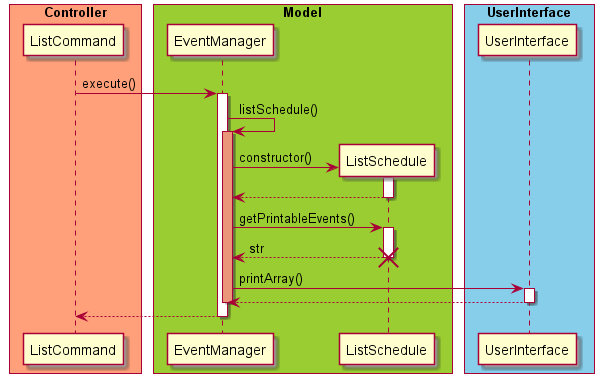
This is docs/diagram/ListEvent.png from untitle4/tp, a PlantUML export, as it was before one commit.
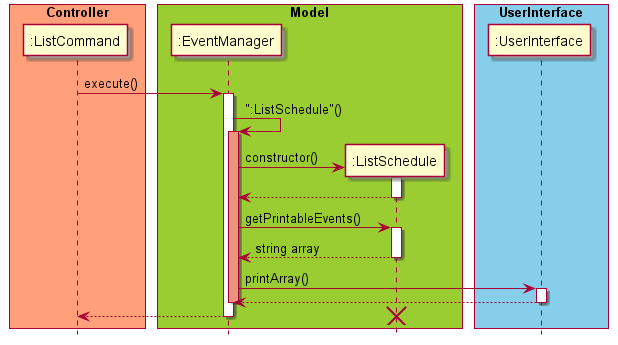
After the commit.

What changed in the source:
```diff
@@ -2,39 +2,40 @@
 
 skinparam ParticipantPadding 10
 skinparam BoxPadding 5
+hide footbox
 
 box "Controller" #LightSalmon
-participant ListCommand
+participant ":ListCommand"
 end box
 
 box "Model" #YellowGreen
-participant EventManager
-participant ListSchedule
+participant ":EventManager"
+participant ":ListSchedule"
 end box
 
 box "UserInterface" #skyblue
-participant UserInterface
+participant ":UserInterface"
 end box
 
-ListCommand -> EventManager : execute()
-activate EventManager
-EventManager -> EventManager : listSchedule()
-activate EventManager #DarkSalmon
-EventManager -> ListSchedule ** : constructor()
-activate ListSchedule
-ListSchedule --> EventManager
-deactivate ListSchedule
-EventManager -> ListSchedule : getPrintableEvents()
-activate ListSchedule
-ListSchedule --> EventManager : str
-deactivate ListSchedule
-destroy ListSchedule
-EventManager -> UserInterface : printArray()
-activate UserInterface
-UserInterface --> EventManager
-deactivate UserInterface
-deactivate EventManager
-EventManager --> ListCommand
-deactivate EventManager
+":ListCommand" -> ":EventManager" : execute()
+activate ":EventManager"
+":EventManager" -> ":EventManager" : ":ListSchedule"()
+activate ":EventManager" #DarkSalmon
+":EventManager" -> ":ListSchedule" ** : constructor()
+activate ":ListSchedule"
+":ListSchedule" --> ":EventManager"
+deactivate ":ListSchedule"
+":EventManager" -> ":ListSchedule" : getPrintableEvents()
+activate ":ListSchedule"
+":ListSchedule" --> ":EventManager" : string array
+deactivate ":ListSchedule"
+":EventManager" -> ":UserInterface" : printArray()
+activate ":UserInterface"
+":UserInterface" --> ":EventManager"
+deactivate ":UserInterface"
+deactivate ":EventManager"
+":EventManager" --> ":ListCommand"
+deactivate ":EventManager"
+destroy ":ListSchedule"
 
 @enduml
```
